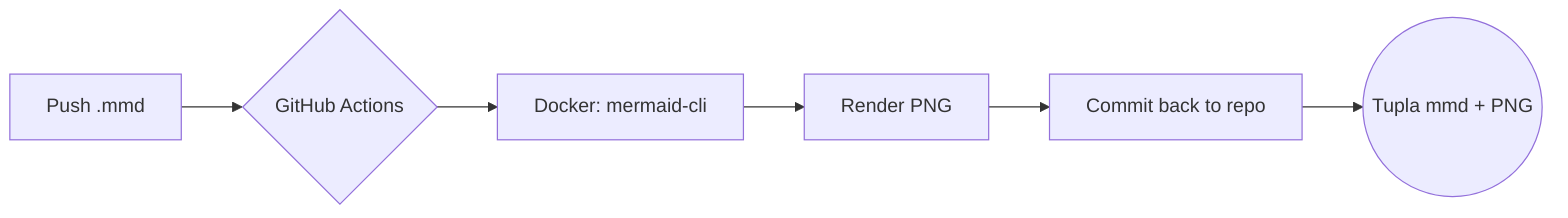
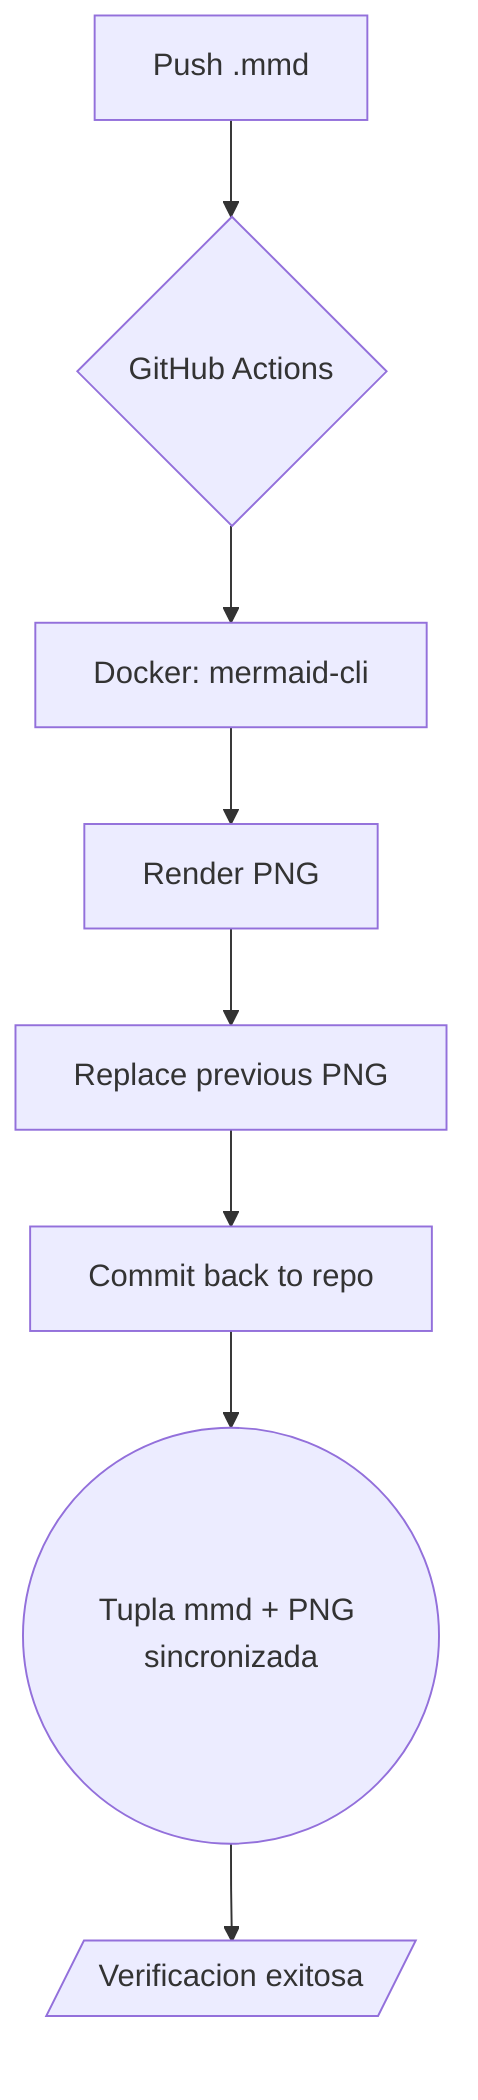
- flowchart LR
+ flowchart TD
    A[Push .mmd] --> B{GitHub Actions}
    B --> C[Docker: mermaid-cli]
    C --> D[Render PNG]
-     D --> E[Commit back to repo]
-     E --> F((Tupla mmd + PNG))
+     D --> E[Replace previous PNG]
+     E --> F[Commit back to repo]
+     F --> G((Tupla mmd + PNG sincronizada))
+     G --> H[/Verificacion exitosa/]
